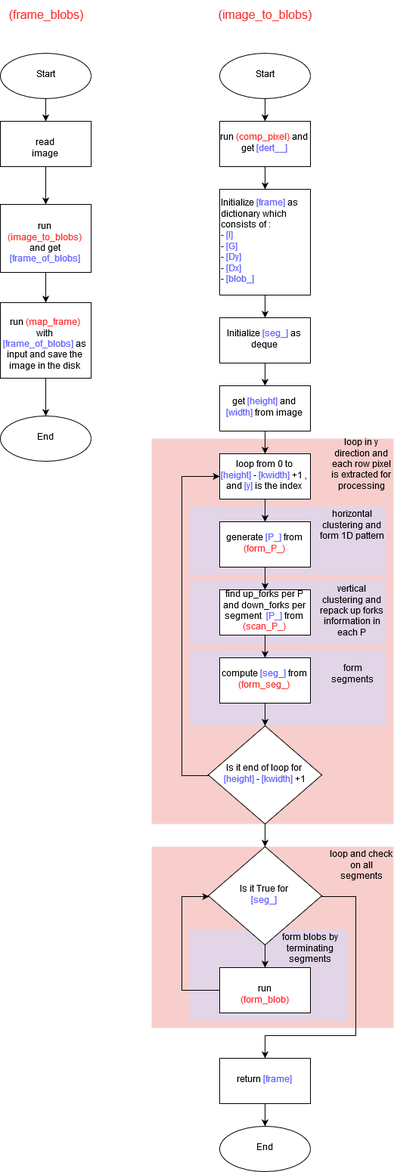
Before: frame_2D_alg/frame_blob_basic.png, a diagram exported from draw.io (boris-kz/CogAlg). Source tidied: cells renumbered, new cells last; positions are measured from the earlier drawing's top-left corner, leaving out a move shared by most shapes.
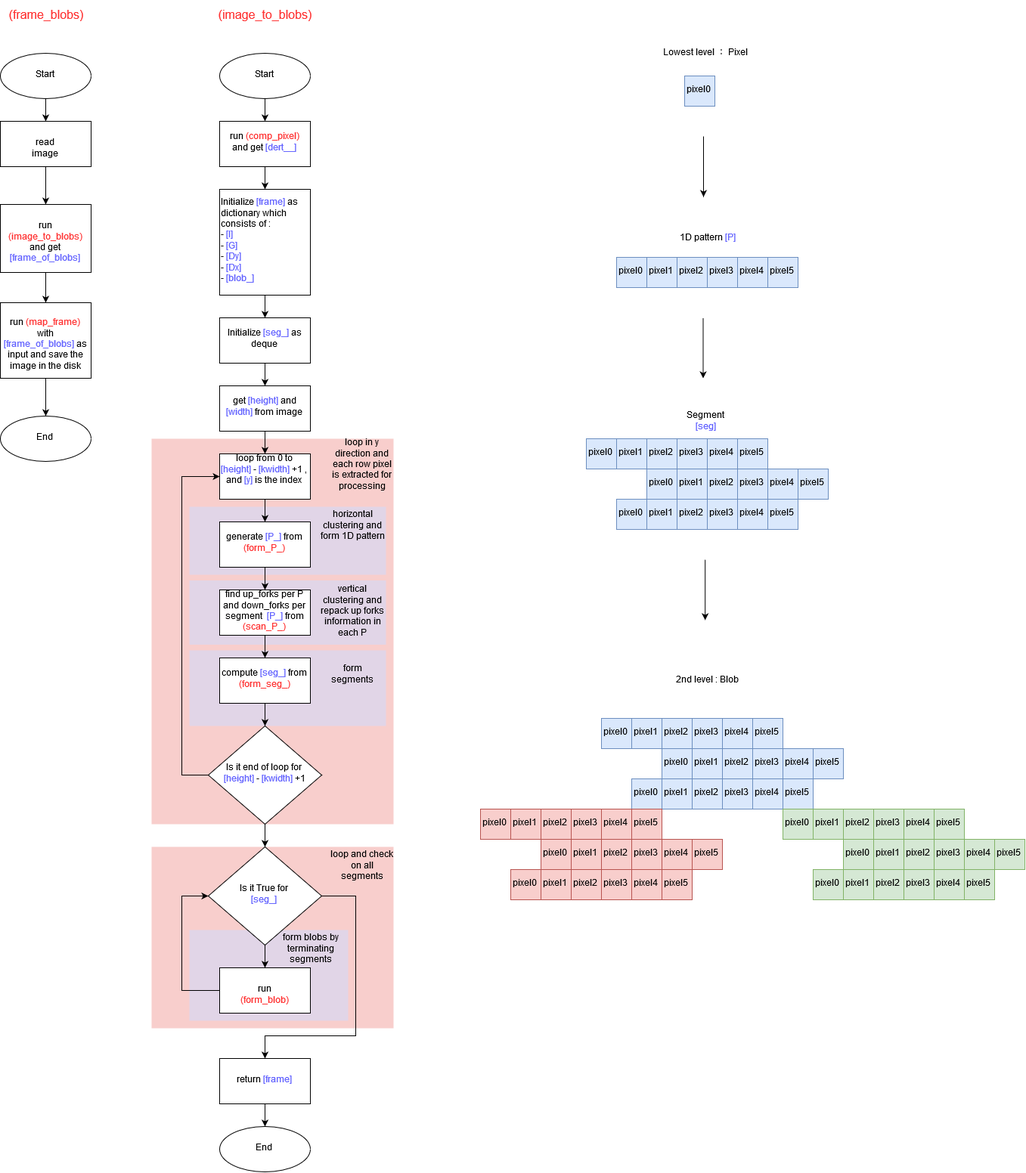
After the change.

The edit, as a diff of the source:
```diff
@@ -174,5 +174,272 @@
     <mxCell id="53" value="loop and check on all segments" style="text;html=1;strokeColor=none;fillColor=none;align=center;verticalAlign=middle;whiteSpace=wrap;rounded=0;" parent="1" vertex="1">
       <mxGeometry x="435" y="1120" width="85" height="50" as="geometry" />
     </mxCell>
+    <mxCell id="54" value="pixel0" style="rounded=0;whiteSpace=wrap;html=1;fillColor=#dae8fc;strokeColor=#6c8ebf;" parent="1" vertex="1">
+      <mxGeometry x="905" y="100" width="40" height="40" as="geometry" />
+    </mxCell>
+    <mxCell id="55" value="pixel0" style="rounded=0;whiteSpace=wrap;html=1;fillColor=#dae8fc;strokeColor=#6c8ebf;" parent="1" vertex="1">
+      <mxGeometry x="815" y="340" width="40" height="40" as="geometry" />
+    </mxCell>
+    <mxCell id="56" value="pixel1" style="rounded=0;whiteSpace=wrap;html=1;fillColor=#dae8fc;strokeColor=#6c8ebf;" parent="1" vertex="1">
+      <mxGeometry x="855" y="340" width="40" height="40" as="geometry" />
+    </mxCell>
+    <mxCell id="57" value="pixel2" style="rounded=0;whiteSpace=wrap;html=1;fillColor=#dae8fc;strokeColor=#6c8ebf;" parent="1" vertex="1">
+      <mxGeometry x="895" y="340" width="40" height="40" as="geometry" />
+    </mxCell>
+    <mxCell id="58" value="pixel3" style="rounded=0;whiteSpace=wrap;html=1;fillColor=#dae8fc;strokeColor=#6c8ebf;" parent="1" vertex="1">
+      <mxGeometry x="935" y="340" width="40" height="40" as="geometry" />
+    </mxCell>
+    <mxCell id="59" value="pixel4" style="rounded=0;whiteSpace=wrap;html=1;fillColor=#dae8fc;strokeColor=#6c8ebf;" parent="1" vertex="1">
+      <mxGeometry x="975" y="340" width="40" height="40" as="geometry" />
+    </mxCell>
+    <mxCell id="60" value="pixel5" style="rounded=0;whiteSpace=wrap;html=1;fillColor=#dae8fc;strokeColor=#6c8ebf;" parent="1" vertex="1">
+      <mxGeometry x="1015" y="340" width="40" height="40" as="geometry" />
+    </mxCell>
+    <mxCell id="61" value="Lowest level ： Pixel" style="text;html=1;strokeColor=none;fillColor=none;align=center;verticalAlign=middle;whiteSpace=wrap;rounded=0;" parent="1" vertex="1">
+      <mxGeometry x="870" y="60" width="125" height="20" as="geometry" />
+    </mxCell>
+    <mxCell id="62" value="1D pattern &lt;font color=&quot;#6666FF&quot;&gt;[P]&lt;/font&gt;" style="text;html=1;strokeColor=none;fillColor=none;align=center;verticalAlign=middle;whiteSpace=wrap;rounded=0;" parent="1" vertex="1">
+      <mxGeometry x="890" y="305" width="90" height="20" as="geometry" />
+    </mxCell>
+    <mxCell id="63" style="endArrow=classic;html=1;" parent="1" edge="1">
+      <mxGeometry relative="1" as="geometry">
+        <mxPoint x="930" y="180" as="sourcePoint" />
+        <mxPoint x="930" y="260" as="targetPoint" />
+      </mxGeometry>
+    </mxCell>
+    <mxCell id="64" value="pixel0" style="rounded=0;whiteSpace=wrap;html=1;fillColor=#dae8fc;strokeColor=#6c8ebf;" parent="1" vertex="1">
+      <mxGeometry x="775" y="580" width="40" height="40" as="geometry" />
+    </mxCell>
+    <mxCell id="65" value="pixel1" style="rounded=0;whiteSpace=wrap;html=1;fillColor=#dae8fc;strokeColor=#6c8ebf;" parent="1" vertex="1">
+      <mxGeometry x="815" y="580" width="40" height="40" as="geometry" />
+    </mxCell>
+    <mxCell id="66" value="pixel2" style="rounded=0;whiteSpace=wrap;html=1;fillColor=#dae8fc;strokeColor=#6c8ebf;" parent="1" vertex="1">
+      <mxGeometry x="855" y="580" width="40" height="40" as="geometry" />
+    </mxCell>
+    <mxCell id="67" value="pixel3" style="rounded=0;whiteSpace=wrap;html=1;fillColor=#dae8fc;strokeColor=#6c8ebf;" parent="1" vertex="1">
+      <mxGeometry x="895" y="580" width="40" height="40" as="geometry" />
+    </mxCell>
+    <mxCell id="68" value="pixel4" style="rounded=0;whiteSpace=wrap;html=1;fillColor=#dae8fc;strokeColor=#6c8ebf;" parent="1" vertex="1">
+      <mxGeometry x="935" y="580" width="40" height="40" as="geometry" />
+    </mxCell>
+    <mxCell id="69" value="pixel5" style="rounded=0;whiteSpace=wrap;html=1;fillColor=#dae8fc;strokeColor=#6c8ebf;" parent="1" vertex="1">
+      <mxGeometry x="975" y="580" width="40" height="40" as="geometry" />
+    </mxCell>
+    <mxCell id="70" value="Segment &lt;font color=&quot;#6666FF&quot;&gt;[seg]&lt;/font&gt;" style="text;html=1;strokeColor=none;fillColor=none;align=center;verticalAlign=middle;whiteSpace=wrap;rounded=0;" parent="1" vertex="1">
+      <mxGeometry x="887.5" y="540" width="90" height="20" as="geometry" />
+    </mxCell>
+    <mxCell id="71" value="pixel0" style="rounded=0;whiteSpace=wrap;html=1;fillColor=#dae8fc;strokeColor=#6c8ebf;" parent="1" vertex="1">
+      <mxGeometry x="855" y="620" width="40" height="40" as="geometry" />
+    </mxCell>
+    <mxCell id="72" value="pixel1" style="rounded=0;whiteSpace=wrap;html=1;fillColor=#dae8fc;strokeColor=#6c8ebf;" parent="1" vertex="1">
+      <mxGeometry x="895" y="620" width="40" height="40" as="geometry" />
+    </mxCell>
+    <mxCell id="73" value="pixel2" style="rounded=0;whiteSpace=wrap;html=1;fillColor=#dae8fc;strokeColor=#6c8ebf;" parent="1" vertex="1">
+      <mxGeometry x="935" y="620" width="40" height="40" as="geometry" />
+    </mxCell>
+    <mxCell id="74" value="pixel3" style="rounded=0;whiteSpace=wrap;html=1;fillColor=#dae8fc;strokeColor=#6c8ebf;" parent="1" vertex="1">
+      <mxGeometry x="975" y="620" width="40" height="40" as="geometry" />
+    </mxCell>
+    <mxCell id="75" value="pixel4" style="rounded=0;whiteSpace=wrap;html=1;fillColor=#dae8fc;strokeColor=#6c8ebf;" parent="1" vertex="1">
+      <mxGeometry x="1015" y="620" width="40" height="40" as="geometry" />
+    </mxCell>
+    <mxCell id="76" value="pixel5" style="rounded=0;whiteSpace=wrap;html=1;fillColor=#dae8fc;strokeColor=#6c8ebf;" parent="1" vertex="1">
+      <mxGeometry x="1055" y="620" width="40" height="40" as="geometry" />
+    </mxCell>
+    <mxCell id="77" value="pixel0" style="rounded=0;whiteSpace=wrap;html=1;fillColor=#dae8fc;strokeColor=#6c8ebf;" parent="1" vertex="1">
+      <mxGeometry x="815" y="660" width="40" height="40" as="geometry" />
+    </mxCell>
+    <mxCell id="78" value="pixel1" style="rounded=0;whiteSpace=wrap;html=1;fillColor=#dae8fc;strokeColor=#6c8ebf;" parent="1" vertex="1">
+      <mxGeometry x="855" y="660" width="40" height="40" as="geometry" />
+    </mxCell>
+    <mxCell id="79" value="pixel2" style="rounded=0;whiteSpace=wrap;html=1;fillColor=#dae8fc;strokeColor=#6c8ebf;" parent="1" vertex="1">
+      <mxGeometry x="895" y="660" width="40" height="40" as="geometry" />
+    </mxCell>
+    <mxCell id="80" value="pixel3" style="rounded=0;whiteSpace=wrap;html=1;fillColor=#dae8fc;strokeColor=#6c8ebf;" parent="1" vertex="1">
+      <mxGeometry x="935" y="660" width="40" height="40" as="geometry" />
+    </mxCell>
+    <mxCell id="81" value="pixel4" style="rounded=0;whiteSpace=wrap;html=1;fillColor=#dae8fc;strokeColor=#6c8ebf;" parent="1" vertex="1">
+      <mxGeometry x="975" y="660" width="40" height="40" as="geometry" />
+    </mxCell>
+    <mxCell id="82" value="pixel5" style="rounded=0;whiteSpace=wrap;html=1;fillColor=#dae8fc;strokeColor=#6c8ebf;" parent="1" vertex="1">
+      <mxGeometry x="1015" y="660" width="40" height="40" as="geometry" />
+    </mxCell>
+    <mxCell id="83" value="pixel0" style="rounded=0;whiteSpace=wrap;html=1;fillColor=#dae8fc;strokeColor=#6c8ebf;" parent="1" vertex="1">
+      <mxGeometry x="795" y="950" width="40" height="40" as="geometry" />
+    </mxCell>
+    <mxCell id="84" value="pixel1" style="rounded=0;whiteSpace=wrap;html=1;fillColor=#dae8fc;strokeColor=#6c8ebf;" parent="1" vertex="1">
+      <mxGeometry x="835" y="950" width="40" height="40" as="geometry" />
+    </mxCell>
+    <mxCell id="85" value="pixel2" style="rounded=0;whiteSpace=wrap;html=1;fillColor=#dae8fc;strokeColor=#6c8ebf;" parent="1" vertex="1">
+      <mxGeometry x="875" y="950" width="40" height="40" as="geometry" />
+    </mxCell>
+    <mxCell id="86" value="pixel3" style="rounded=0;whiteSpace=wrap;html=1;fillColor=#dae8fc;strokeColor=#6c8ebf;" parent="1" vertex="1">
+      <mxGeometry x="915" y="950" width="40" height="40" as="geometry" />
+    </mxCell>
+    <mxCell id="87" value="pixel4" style="rounded=0;whiteSpace=wrap;html=1;fillColor=#dae8fc;strokeColor=#6c8ebf;" parent="1" vertex="1">
+      <mxGeometry x="955" y="950" width="40" height="40" as="geometry" />
+    </mxCell>
+    <mxCell id="88" value="pixel5" style="rounded=0;whiteSpace=wrap;html=1;fillColor=#dae8fc;strokeColor=#6c8ebf;" parent="1" vertex="1">
+      <mxGeometry x="995" y="950" width="40" height="40" as="geometry" />
+    </mxCell>
+    <mxCell id="89" value="pixel0" style="rounded=0;whiteSpace=wrap;html=1;fillColor=#dae8fc;strokeColor=#6c8ebf;" parent="1" vertex="1">
+      <mxGeometry x="875" y="990" width="40" height="40" as="geometry" />
+    </mxCell>
+    <mxCell id="90" value="pixel1" style="rounded=0;whiteSpace=wrap;html=1;fillColor=#dae8fc;strokeColor=#6c8ebf;" parent="1" vertex="1">
+      <mxGeometry x="915" y="990" width="40" height="40" as="geometry" />
+    </mxCell>
+    <mxCell id="91" value="pixel2" style="rounded=0;whiteSpace=wrap;html=1;fillColor=#dae8fc;strokeColor=#6c8ebf;" parent="1" vertex="1">
+      <mxGeometry x="955" y="990" width="40" height="40" as="geometry" />
+    </mxCell>
+    <mxCell id="92" value="pixel3" style="rounded=0;whiteSpace=wrap;html=1;fillColor=#dae8fc;strokeColor=#6c8ebf;" parent="1" vertex="1">
+      <mxGeometry x="995" y="990" width="40" height="40" as="geometry" />
+    </mxCell>
+    <mxCell id="93" value="pixel4" style="rounded=0;whiteSpace=wrap;html=1;fillColor=#dae8fc;strokeColor=#6c8ebf;" parent="1" vertex="1">
+      <mxGeometry x="1035" y="990" width="40" height="40" as="geometry" />
+    </mxCell>
+    <mxCell id="94" value="pixel5" style="rounded=0;whiteSpace=wrap;html=1;fillColor=#dae8fc;strokeColor=#6c8ebf;" parent="1" vertex="1">
+      <mxGeometry x="1075" y="990" width="40" height="40" as="geometry" />
+    </mxCell>
+    <mxCell id="95" value="pixel0" style="rounded=0;whiteSpace=wrap;html=1;fillColor=#dae8fc;strokeColor=#6c8ebf;" parent="1" vertex="1">
+      <mxGeometry x="835" y="1030" width="40" height="40" as="geometry" />
+    </mxCell>
+    <mxCell id="96" value="pixel1" style="rounded=0;whiteSpace=wrap;html=1;fillColor=#dae8fc;strokeColor=#6c8ebf;" parent="1" vertex="1">
+      <mxGeometry x="875" y="1030" width="40" height="40" as="geometry" />
+    </mxCell>
+    <mxCell id="97" value="pixel2" style="rounded=0;whiteSpace=wrap;html=1;fillColor=#dae8fc;strokeColor=#6c8ebf;" parent="1" vertex="1">
+      <mxGeometry x="915" y="1030" width="40" height="40" as="geometry" />
+    </mxCell>
+    <mxCell id="98" value="pixel3" style="rounded=0;whiteSpace=wrap;html=1;fillColor=#dae8fc;strokeColor=#6c8ebf;" parent="1" vertex="1">
+      <mxGeometry x="955" y="1030" width="40" height="40" as="geometry" />
+    </mxCell>
+    <mxCell id="99" value="pixel4" style="rounded=0;whiteSpace=wrap;html=1;fillColor=#dae8fc;strokeColor=#6c8ebf;" parent="1" vertex="1">
+      <mxGeometry x="995" y="1030" width="40" height="40" as="geometry" />
+    </mxCell>
+    <mxCell id="100" value="pixel5" style="rounded=0;whiteSpace=wrap;html=1;fillColor=#dae8fc;strokeColor=#6c8ebf;" parent="1" vertex="1">
+      <mxGeometry x="1035" y="1030" width="40" height="40" as="geometry" />
+    </mxCell>
+    <mxCell id="101" value="pixel0" style="rounded=0;whiteSpace=wrap;html=1;fillColor=#f8cecc;strokeColor=#b85450;" parent="1" vertex="1">
+      <mxGeometry x="635" y="1070" width="40" height="40" as="geometry" />
+    </mxCell>
+    <mxCell id="102" value="pixel1" style="rounded=0;whiteSpace=wrap;html=1;fillColor=#f8cecc;strokeColor=#b85450;" parent="1" vertex="1">
+      <mxGeometry x="675" y="1070" width="40" height="40" as="geometry" />
+    </mxCell>
+    <mxCell id="103" value="pixel2" style="rounded=0;whiteSpace=wrap;html=1;fillColor=#f8cecc;strokeColor=#b85450;" parent="1" vertex="1">
+      <mxGeometry x="715" y="1070" width="40" height="40" as="geometry" />
+    </mxCell>
+    <mxCell id="104" value="pixel3" style="rounded=0;whiteSpace=wrap;html=1;fillColor=#f8cecc;strokeColor=#b85450;" parent="1" vertex="1">
+      <mxGeometry x="755" y="1070" width="40" height="40" as="geometry" />
+    </mxCell>
+    <mxCell id="105" value="pixel4" style="rounded=0;whiteSpace=wrap;html=1;fillColor=#f8cecc;strokeColor=#b85450;" parent="1" vertex="1">
+      <mxGeometry x="795" y="1070" width="40" height="40" as="geometry" />
+    </mxCell>
+    <mxCell id="106" value="pixel5" style="rounded=0;whiteSpace=wrap;html=1;fillColor=#f8cecc;strokeColor=#b85450;" parent="1" vertex="1">
+      <mxGeometry x="835" y="1070" width="40" height="40" as="geometry" />
+    </mxCell>
+    <mxCell id="107" value="pixel0" style="rounded=0;whiteSpace=wrap;html=1;fillColor=#f8cecc;strokeColor=#b85450;" parent="1" vertex="1">
+      <mxGeometry x="715" y="1110" width="40" height="40" as="geometry" />
+    </mxCell>
+    <mxCell id="108" value="pixel1" style="rounded=0;whiteSpace=wrap;html=1;fillColor=#f8cecc;strokeColor=#b85450;" parent="1" vertex="1">
+      <mxGeometry x="755" y="1110" width="40" height="40" as="geometry" />
+    </mxCell>
+    <mxCell id="109" value="pixel2" style="rounded=0;whiteSpace=wrap;html=1;fillColor=#f8cecc;strokeColor=#b85450;" parent="1" vertex="1">
+      <mxGeometry x="795" y="1110" width="40" height="40" as="geometry" />
+    </mxCell>
+    <mxCell id="110" value="pixel3" style="rounded=0;whiteSpace=wrap;html=1;fillColor=#f8cecc;strokeColor=#b85450;" parent="1" vertex="1">
+      <mxGeometry x="835" y="1110" width="40" height="40" as="geometry" />
+    </mxCell>
+    <mxCell id="111" value="pixel4" style="rounded=0;whiteSpace=wrap;html=1;fillColor=#f8cecc;strokeColor=#b85450;" parent="1" vertex="1">
+      <mxGeometry x="875" y="1110" width="40" height="40" as="geometry" />
+    </mxCell>
+    <mxCell id="112" value="pixel5" style="rounded=0;whiteSpace=wrap;html=1;fillColor=#f8cecc;strokeColor=#b85450;" parent="1" vertex="1">
+      <mxGeometry x="915" y="1110" width="40" height="40" as="geometry" />
+    </mxCell>
+    <mxCell id="113" value="pixel0" style="rounded=0;whiteSpace=wrap;html=1;fillColor=#f8cecc;strokeColor=#b85450;" parent="1" vertex="1">
+      <mxGeometry x="675" y="1150" width="40" height="40" as="geometry" />
+    </mxCell>
+    <mxCell id="114" value="pixel1" style="rounded=0;whiteSpace=wrap;html=1;fillColor=#f8cecc;strokeColor=#b85450;" parent="1" vertex="1">
+      <mxGeometry x="715" y="1150" width="40" height="40" as="geometry" />
+    </mxCell>
+    <mxCell id="115" value="pixel2" style="rounded=0;whiteSpace=wrap;html=1;fillColor=#f8cecc;strokeColor=#b85450;" parent="1" vertex="1">
+      <mxGeometry x="755" y="1150" width="40" height="40" as="geometry" />
+    </mxCell>
+    <mxCell id="116" value="pixel3" style="rounded=0;whiteSpace=wrap;html=1;fillColor=#f8cecc;strokeColor=#b85450;" parent="1" vertex="1">
+      <mxGeometry x="795" y="1150" width="40" height="40" as="geometry" />
+    </mxCell>
+    <mxCell id="117" value="pixel4" style="rounded=0;whiteSpace=wrap;html=1;fillColor=#f8cecc;strokeColor=#b85450;" parent="1" vertex="1">
+      <mxGeometry x="835" y="1150" width="40" height="40" as="geometry" />
+    </mxCell>
+    <mxCell id="118" value="pixel5" style="rounded=0;whiteSpace=wrap;html=1;fillColor=#f8cecc;strokeColor=#b85450;" parent="1" vertex="1">
+      <mxGeometry x="875" y="1150" width="40" height="40" as="geometry" />
+    </mxCell>
+    <mxCell id="119" value="pixel0" style="rounded=0;whiteSpace=wrap;html=1;fillColor=#d5e8d4;strokeColor=#82b366;" parent="1" vertex="1">
+      <mxGeometry x="1035" y="1070" width="40" height="40" as="geometry" />
+    </mxCell>
+    <mxCell id="120" value="pixel1" style="rounded=0;whiteSpace=wrap;html=1;fillColor=#d5e8d4;strokeColor=#82b366;" parent="1" vertex="1">
+      <mxGeometry x="1075" y="1070" width="40" height="40" as="geometry" />
+    </mxCell>
+    <mxCell id="121" value="pixel2" style="rounded=0;whiteSpace=wrap;html=1;fillColor=#d5e8d4;strokeColor=#82b366;" parent="1" vertex="1">
+      <mxGeometry x="1115" y="1070" width="40" height="40" as="geometry" />
+    </mxCell>
+    <mxCell id="122" value="pixel3" style="rounded=0;whiteSpace=wrap;html=1;fillColor=#d5e8d4;strokeColor=#82b366;" parent="1" vertex="1">
+      <mxGeometry x="1155" y="1070" width="40" height="40" as="geometry" />
+    </mxCell>
+    <mxCell id="123" value="pixel4" style="rounded=0;whiteSpace=wrap;html=1;fillColor=#d5e8d4;strokeColor=#82b366;" parent="1" vertex="1">
+      <mxGeometry x="1195" y="1070" width="40" height="40" as="geometry" />
+    </mxCell>
+    <mxCell id="124" value="pixel5" style="rounded=0;whiteSpace=wrap;html=1;fillColor=#d5e8d4;strokeColor=#82b366;" parent="1" vertex="1">
+      <mxGeometry x="1235" y="1070" width="40" height="40" as="geometry" />
+    </mxCell>
+    <mxCell id="125" value="pixel0" style="rounded=0;whiteSpace=wrap;html=1;fillColor=#d5e8d4;strokeColor=#82b366;" parent="1" vertex="1">
+      <mxGeometry x="1115" y="1110" width="40" height="40" as="geometry" />
+    </mxCell>
+    <mxCell id="126" value="pixel1" style="rounded=0;whiteSpace=wrap;html=1;fillColor=#d5e8d4;strokeColor=#82b366;" parent="1" vertex="1">
+      <mxGeometry x="1155" y="1110" width="40" height="40" as="geometry" />
+    </mxCell>
+    <mxCell id="127" value="pixel2" style="rounded=0;whiteSpace=wrap;html=1;fillColor=#d5e8d4;strokeColor=#82b366;" parent="1" vertex="1">
+      <mxGeometry x="1195" y="1110" width="40" height="40" as="geometry" />
+    </mxCell>
+    <mxCell id="128" value="pixel3" style="rounded=0;whiteSpace=wrap;html=1;fillColor=#d5e8d4;strokeColor=#82b366;" parent="1" vertex="1">
+      <mxGeometry x="1235" y="1110" width="40" height="40" as="geometry" />
+    </mxCell>
+    <mxCell id="129" value="pixel4" style="rounded=0;whiteSpace=wrap;html=1;fillColor=#d5e8d4;strokeColor=#82b366;" parent="1" vertex="1">
+      <mxGeometry x="1275" y="1110" width="40" height="40" as="geometry" />
+    </mxCell>
+    <mxCell id="130" value="pixel5" style="rounded=0;whiteSpace=wrap;html=1;fillColor=#d5e8d4;strokeColor=#82b366;" parent="1" vertex="1">
+      <mxGeometry x="1315" y="1110" width="40" height="40" as="geometry" />
+    </mxCell>
+    <mxCell id="131" value="pixel0" style="rounded=0;whiteSpace=wrap;html=1;fillColor=#d5e8d4;strokeColor=#82b366;" parent="1" vertex="1">
+      <mxGeometry x="1075" y="1150" width="40" height="40" as="geometry" />
+    </mxCell>
+    <mxCell id="132" value="pixel1" style="rounded=0;whiteSpace=wrap;html=1;fillColor=#d5e8d4;strokeColor=#82b366;" parent="1" vertex="1">
+      <mxGeometry x="1115" y="1150" width="40" height="40" as="geometry" />
+    </mxCell>
+    <mxCell id="133" value="pixel2" style="rounded=0;whiteSpace=wrap;html=1;fillColor=#d5e8d4;strokeColor=#82b366;" parent="1" vertex="1">
+      <mxGeometry x="1155" y="1150" width="40" height="40" as="geometry" />
+    </mxCell>
+    <mxCell id="134" value="pixel3" style="rounded=0;whiteSpace=wrap;html=1;fillColor=#d5e8d4;strokeColor=#82b366;" parent="1" vertex="1">
+      <mxGeometry x="1195" y="1150" width="40" height="40" as="geometry" />
+    </mxCell>
+    <mxCell id="135" value="pixel4" style="rounded=0;whiteSpace=wrap;html=1;fillColor=#d5e8d4;strokeColor=#82b366;" parent="1" vertex="1">
+      <mxGeometry x="1235" y="1150" width="40" height="40" as="geometry" />
+    </mxCell>
+    <mxCell id="136" value="pixel5" style="rounded=0;whiteSpace=wrap;html=1;fillColor=#d5e8d4;strokeColor=#82b366;" parent="1" vertex="1">
+      <mxGeometry x="1275" y="1150" width="40" height="40" as="geometry" />
+    </mxCell>
+    <mxCell id="137" value="2nd level : Blob" style="text;html=1;strokeColor=none;fillColor=none;align=center;verticalAlign=middle;whiteSpace=wrap;rounded=0;" parent="1" vertex="1">
+      <mxGeometry x="890" y="890" width="90" height="20" as="geometry" />
+    </mxCell>
+    <mxCell id="138" style="endArrow=classic;html=1;" parent="1" edge="1">
+      <mxGeometry relative="1" as="geometry">
+        <mxPoint x="929.5" y="420" as="sourcePoint" />
+        <mxPoint x="929.5" y="500" as="targetPoint" />
+      </mxGeometry>
+    </mxCell>
+    <mxCell id="139" style="endArrow=classic;html=1;" parent="1" edge="1">
+      <mxGeometry relative="1" as="geometry">
+        <mxPoint x="932.2" y="740" as="sourcePoint" />
+        <mxPoint x="932.2" y="820" as="targetPoint" />
+      </mxGeometry>
+    </mxCell>
   </root>
 </mxGraphModel>
```
